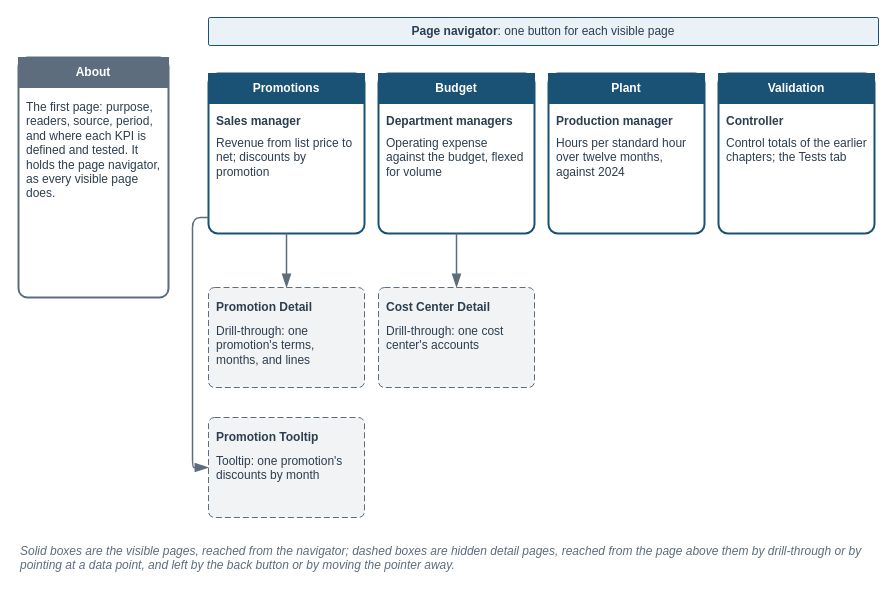
Above: visuals/src/fig-15-01-package-plan.drawio in mmcodesso/Accounting_Analytics_Book (draw.io), before the change. Source tidied: cells renumbered, new cells numbered last; positions are measured from the earlier drawing's top-left corner, leaving out a move shared by most shapes. Both pictures are drawn from the tidied source at 100%, with x=0, y=0 at pixel (18, 17).
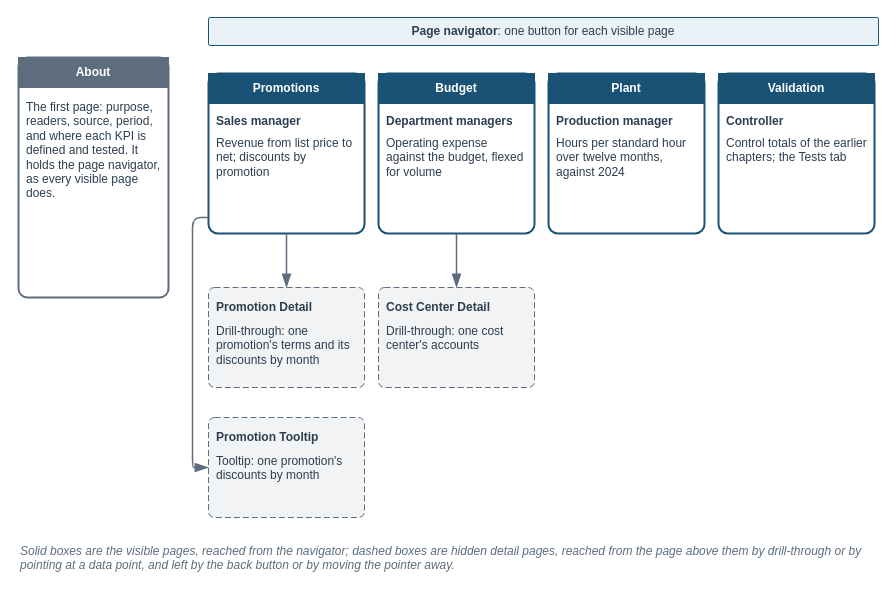
The same diagram, later.

Change to the diagram source:
```diff
@@
-    <mxCell id="25" value="Drill-through: one promotion's terms, months, and lines" style="text;html=1;whiteSpace=wrap;align=left;verticalAlign=top;fontSize=12;fontColor=#2C3E50;fontStyle=0;fontFamily=Helvetica;spacing=2;fillColor=none;strokeColor=none;" parent="1" vertex="1">
+    <mxCell id="25" value="Drill-through: one promotion's terms and its discounts by month" style="text;html=1;whiteSpace=wrap;align=left;verticalAlign=top;fontSize=12;fontColor=#2C3E50;fontStyle=0;fontFamily=Helvetica;spacing=2;fillColor=none;strokeColor=none;" parent="1" vertex="1">
       <mxGeometry x="196" y="300" width="144" height="66" as="geometry" />
     </mxCell>
```
